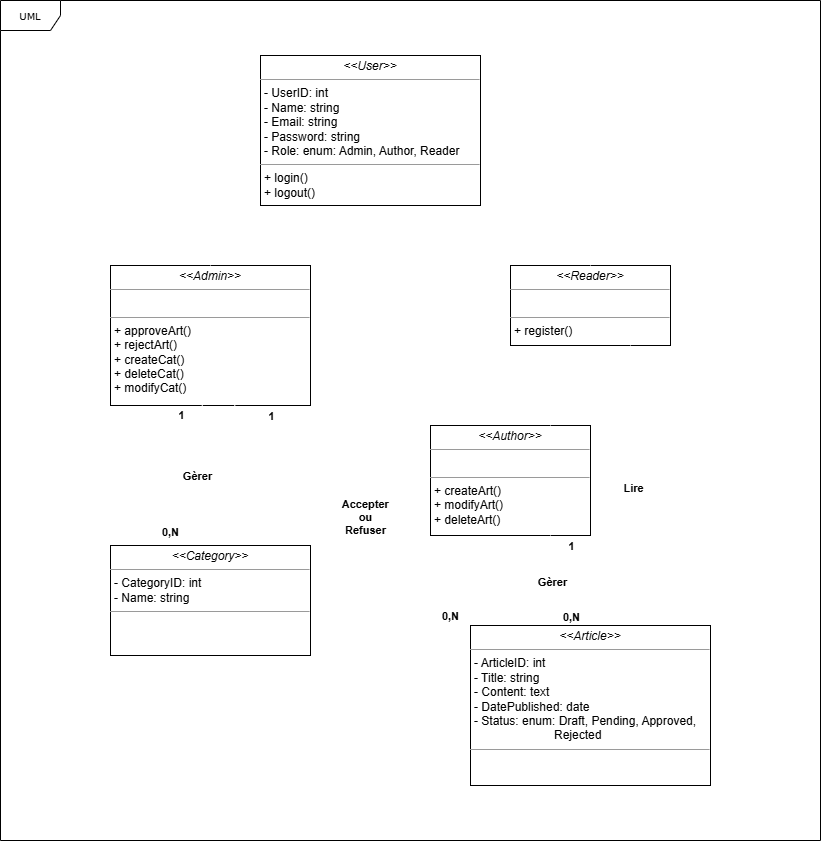
Above: diagrams/UML Class.png in theshamkhi/Artflex (draw.io), before the change. Source tidied: cells renumbered, new cells last; positions are measured from the earlier drawing's top-left corner, leaving out a move shared by most shapes.
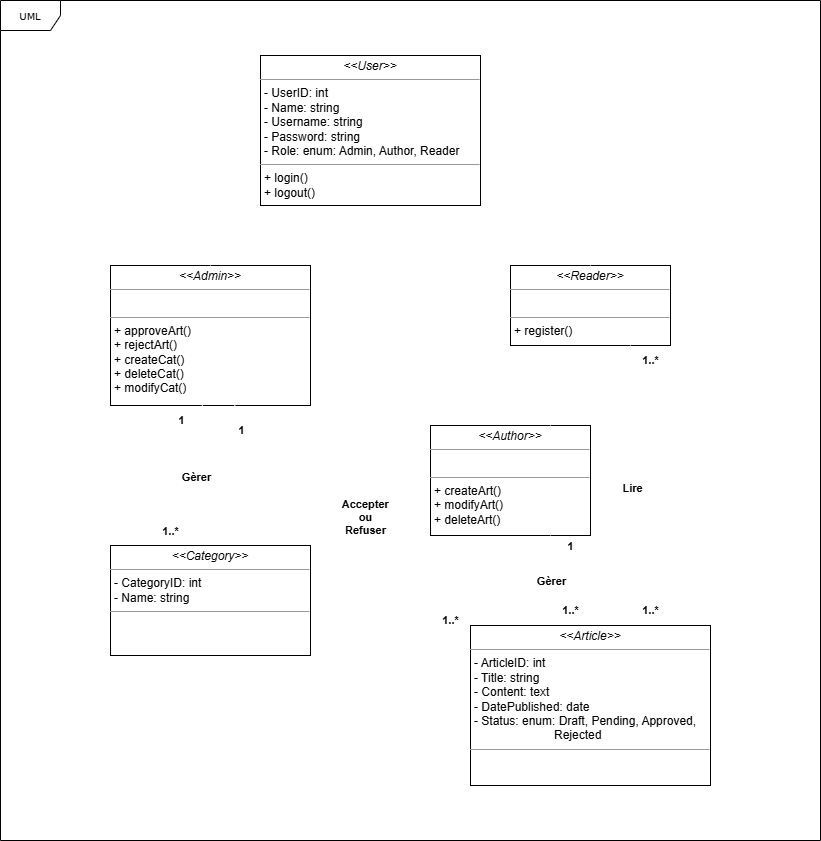
Above is the later version.

Commit message:
Updated UML Class Diagram

The edit, as a diff of the source:
```diff
@@ -40,11 +40,6 @@
         <mxPoint x="20" y="-9" as="offset" />
       </mxGeometry>
     </mxCell>
-    <mxCell id="12" value="&lt;b&gt;&amp;nbsp;0,N&amp;nbsp;&lt;/b&gt;" style="edgeLabel;html=1;align=center;verticalAlign=middle;" parent="9" vertex="1">
-      <mxGeometry x="-0.81" relative="1" as="geometry">
-        <mxPoint x="20" as="offset" />
-      </mxGeometry>
-    </mxCell>
     <mxCell id="13" style="endArrow=none;html=1;rounded=0;entryX=0.459;entryY=0.997;entryDx=0;entryDy=0;exitX=0.393;exitY=-0.001;exitDx=0;exitDy=0;entryPerimeter=0;strokeWidth=1;strokeColor=light-dark(#ffffff, #ededed);exitPerimeter=0;" parent="1" edge="1" source="24" target="3">
       <mxGeometry relative="1" as="geometry" />
     </mxCell>
@@ -53,24 +48,39 @@
     </mxCell>
     <mxCell id="15" value="&lt;b&gt;&amp;nbsp;1&amp;nbsp;&lt;/b&gt;" style="edgeLabel;html=1;align=center;verticalAlign=middle;" parent="13" vertex="1">
       <mxGeometry x="0.78" y="-1" relative="1" as="geometry">
-        <mxPoint x="-21" y="-6" as="offset" />
+        <mxPoint x="-21" as="offset" />
       </mxGeometry>
     </mxCell>
-    <mxCell id="16" value="&lt;b&gt;&amp;nbsp;0,N&amp;nbsp;&lt;/b&gt;" style="edgeLabel;html=1;align=center;verticalAlign=middle;" parent="13" vertex="1">
+    <mxCell id="16" value="&lt;b&gt;&amp;nbsp;1..*&amp;nbsp;&lt;/b&gt;" style="edgeLabel;html=1;align=center;verticalAlign=middle;" parent="13" vertex="1">
       <mxGeometry x="-0.83" y="-1" relative="1" as="geometry">
         <mxPoint x="-21" y="-2" as="offset" />
       </mxGeometry>
     </mxCell>
     <mxCell id="17" value="&lt;b&gt;&amp;nbsp;1&amp;nbsp;&lt;/b&gt;" style="edgeLabel;html=1;align=center;verticalAlign=middle;" parent="13" vertex="1">
       <mxGeometry x="0.78" y="-1" relative="1" as="geometry">
-        <mxPoint x="69" y="-5" as="offset" />
+        <mxPoint x="39" y="10" as="offset" />
       </mxGeometry>
     </mxCell>
-    <mxCell id="18" value="&lt;b&gt;&amp;nbsp;0,N&amp;nbsp;&lt;/b&gt;" style="edgeLabel;html=1;align=center;verticalAlign=middle;" parent="13" vertex="1">
-      <mxGeometry x="-0.83" y="-1" relative="1" as="geometry">
-        <mxPoint x="259" y="82" as="offset" />
-      </mxGeometry>
-    </mxCell>
+    <mxCell id="26" value="&lt;b&gt;&amp;nbsp;1..*&amp;nbsp;&lt;/b&gt;" style="edgeLabel;html=1;align=center;verticalAlign=middle;" parent="13" vertex="1">
+      <mxGeometry x="-0.83" y="-1" relative="1" as="geometry">
+        <mxPoint x="259" y="87" as="offset" />
+      </mxGeometry>
+    </mxCell>
+    <mxCell id="27" value="&lt;b&gt;&amp;nbsp;1..*&amp;nbsp;&lt;/b&gt;" style="edgeLabel;html=1;align=center;verticalAlign=middle;" parent="13" vertex="1">
+      <mxGeometry x="-0.83" y="-1" relative="1" as="geometry">
+        <mxPoint x="379" y="77" as="offset" />
+      </mxGeometry>
+    </mxCell>
+    <mxCell id="28" value="&lt;b&gt;&amp;nbsp;1..*&amp;nbsp;&lt;/b&gt;" style="edgeLabel;html=1;align=center;verticalAlign=middle;" parent="13" vertex="1">
+      <mxGeometry x="-0.83" y="-1" relative="1" as="geometry">
+        <mxPoint x="459" y="77" as="offset" />
+      </mxGeometry>
+    </mxCell>
+    <mxCell id="29" value="&lt;b&gt;&amp;nbsp;1..*&amp;nbsp;&lt;/b&gt;" style="edgeLabel;html=1;align=center;verticalAlign=middle;" parent="13" vertex="1">
+      <mxGeometry x="-0.83" y="-1" relative="1" as="geometry">
+        <mxPoint x="459" y="-173" as="offset" />
+      </mxGeometry>
+    </mxCell>
     <mxCell id="19" style="endArrow=none;html=1;rounded=0;entryX=0.619;entryY=0.999;entryDx=0;entryDy=0;entryPerimeter=0;strokeWidth=1;strokeColor=light-dark(#ffffff, #ededed);exitX=0.073;exitY=-0.002;exitDx=0;exitDy=0;exitPerimeter=0;" parent="1" edge="1" source="25" target="3">
       <mxGeometry relative="1" as="geometry" />
     </mxCell>
@@ -83,7 +93,7 @@
     <mxCell id="22" value="&lt;b&gt;&amp;nbsp;Lire&amp;nbsp;&lt;/b&gt;" style="edgeLabel;html=1;align=center;verticalAlign=middle;" parent="21" vertex="1">
       <mxGeometry x="-0.01" y="-2" relative="1" as="geometry" />
     </mxCell>
-    <mxCell id="23" value="&lt;p style=&quot;margin:0px;margin-top:4px;text-align:center;&quot;&gt;&lt;i&gt;&amp;lt;&amp;lt;User&amp;gt;&amp;gt;&lt;/i&gt;&lt;br&gt;&lt;/p&gt;&lt;hr size=&quot;1&quot;&gt;&lt;p style=&quot;margin: 0px 0px 0px 4px;&quot;&gt;- UserID: int&lt;br&gt;- Name: string&lt;/p&gt;&lt;p style=&quot;margin: 0px 0px 0px 4px;&quot;&gt;- Email: string&lt;/p&gt;&lt;p style=&quot;margin: 0px 0px 0px 4px;&quot;&gt;- Password: string&lt;/p&gt;&lt;p style=&quot;margin: 0px 0px 0px 4px;&quot;&gt;- Role: enum: Admin, Author, Reader&lt;/p&gt;&lt;hr size=&quot;1&quot;&gt;&lt;p style=&quot;margin: 0px 0px 0px 4px;&quot;&gt;+ login()&lt;/p&gt;&lt;p style=&quot;margin: 0px 0px 0px 4px;&quot;&gt;+ logout()&lt;/p&gt;" style="verticalAlign=top;align=left;overflow=fill;fontSize=12;fontFamily=Helvetica;html=1;rounded=0;shadow=0;comic=0;labelBackgroundColor=none;strokeWidth=1;" parent="1" vertex="1">
+    <mxCell id="23" value="&lt;p style=&quot;margin:0px;margin-top:4px;text-align:center;&quot;&gt;&lt;i&gt;&amp;lt;&amp;lt;User&amp;gt;&amp;gt;&lt;/i&gt;&lt;br&gt;&lt;/p&gt;&lt;hr size=&quot;1&quot;&gt;&lt;p style=&quot;margin: 0px 0px 0px 4px;&quot;&gt;- UserID: int&lt;br&gt;- Name: string&lt;/p&gt;&lt;p style=&quot;margin: 0px 0px 0px 4px;&quot;&gt;- Username: string&lt;/p&gt;&lt;p style=&quot;margin: 0px 0px 0px 4px;&quot;&gt;- Password: string&lt;/p&gt;&lt;p style=&quot;margin: 0px 0px 0px 4px;&quot;&gt;- Role: enum: Admin, Author, Reader&lt;/p&gt;&lt;hr size=&quot;1&quot;&gt;&lt;p style=&quot;margin: 0px 0px 0px 4px;&quot;&gt;+ login()&lt;/p&gt;&lt;p style=&quot;margin: 0px 0px 0px 4px;&quot;&gt;+ logout()&lt;/p&gt;" style="verticalAlign=top;align=left;overflow=fill;fontSize=12;fontFamily=Helvetica;html=1;rounded=0;shadow=0;comic=0;labelBackgroundColor=none;strokeWidth=1;" parent="1" vertex="1">
       <mxGeometry x="260" y="55" width="220" height="150" as="geometry" />
     </mxCell>
     <mxCell id="24" value="&lt;p style=&quot;margin:0px;margin-top:4px;text-align:center;&quot;&gt;&lt;i&gt;&amp;lt;&amp;lt;&lt;/i&gt;&lt;i style=&quot;background-color: transparent; color: light-dark(rgb(0, 0, 0), rgb(255, 255, 255));&quot;&gt;Category&lt;/i&gt;&lt;i style=&quot;background-color: transparent; color: light-dark(rgb(0, 0, 0), rgb(255, 255, 255));&quot;&gt;&amp;gt;&amp;gt;&lt;/i&gt;&lt;/p&gt;&lt;hr size=&quot;1&quot;&gt;&lt;p style=&quot;margin:0px;margin-left:4px;&quot;&gt;- CategoryID: int&lt;br&gt;- Name: string&lt;/p&gt;&lt;hr size=&quot;1&quot;&gt;&lt;p style=&quot;margin:0px;margin-left:4px;&quot;&gt;&lt;br&gt;&lt;/p&gt;" style="verticalAlign=top;align=left;overflow=fill;fontSize=12;fontFamily=Helvetica;html=1;rounded=0;shadow=0;comic=0;labelBackgroundColor=none;strokeWidth=1;" parent="1" vertex="1">
```
